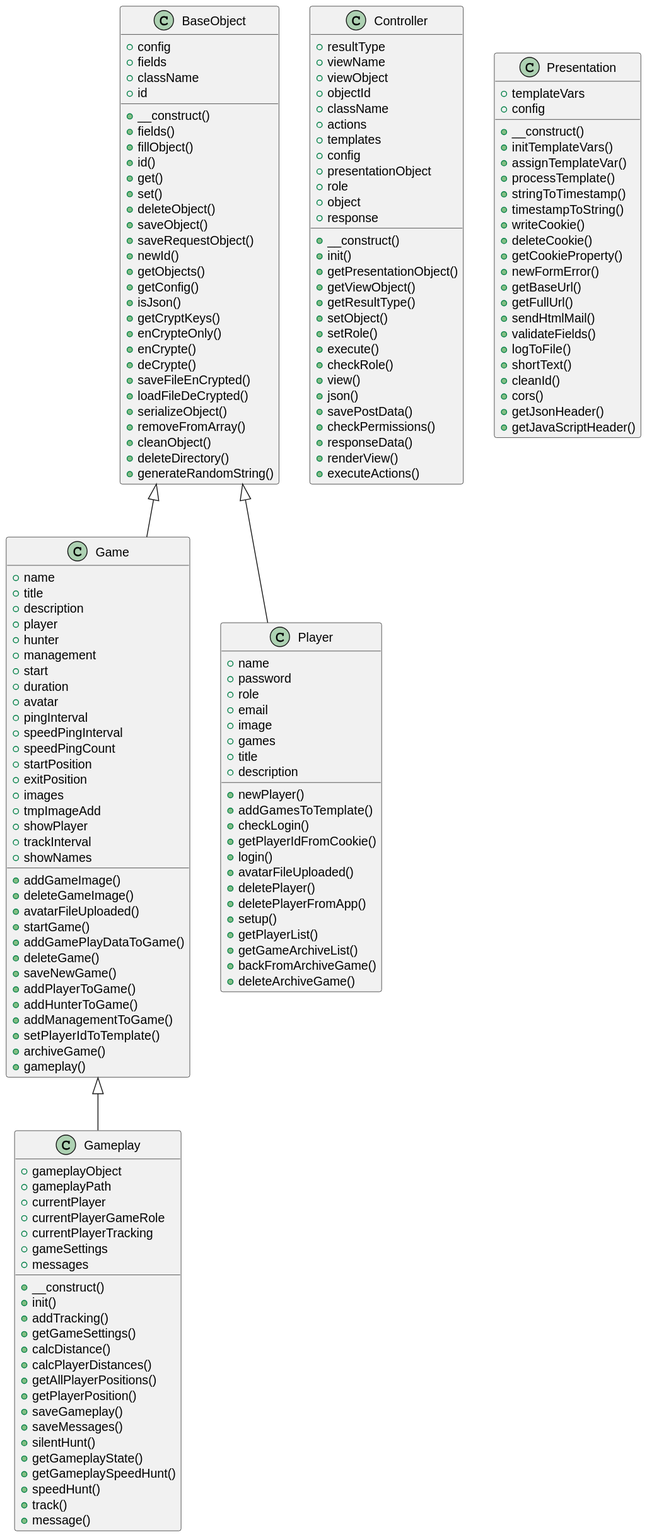
This is includes/docs/php/graphs/classes.svg from septem-sensu/friendshunt, a PlantUML export, as it was before one commit.
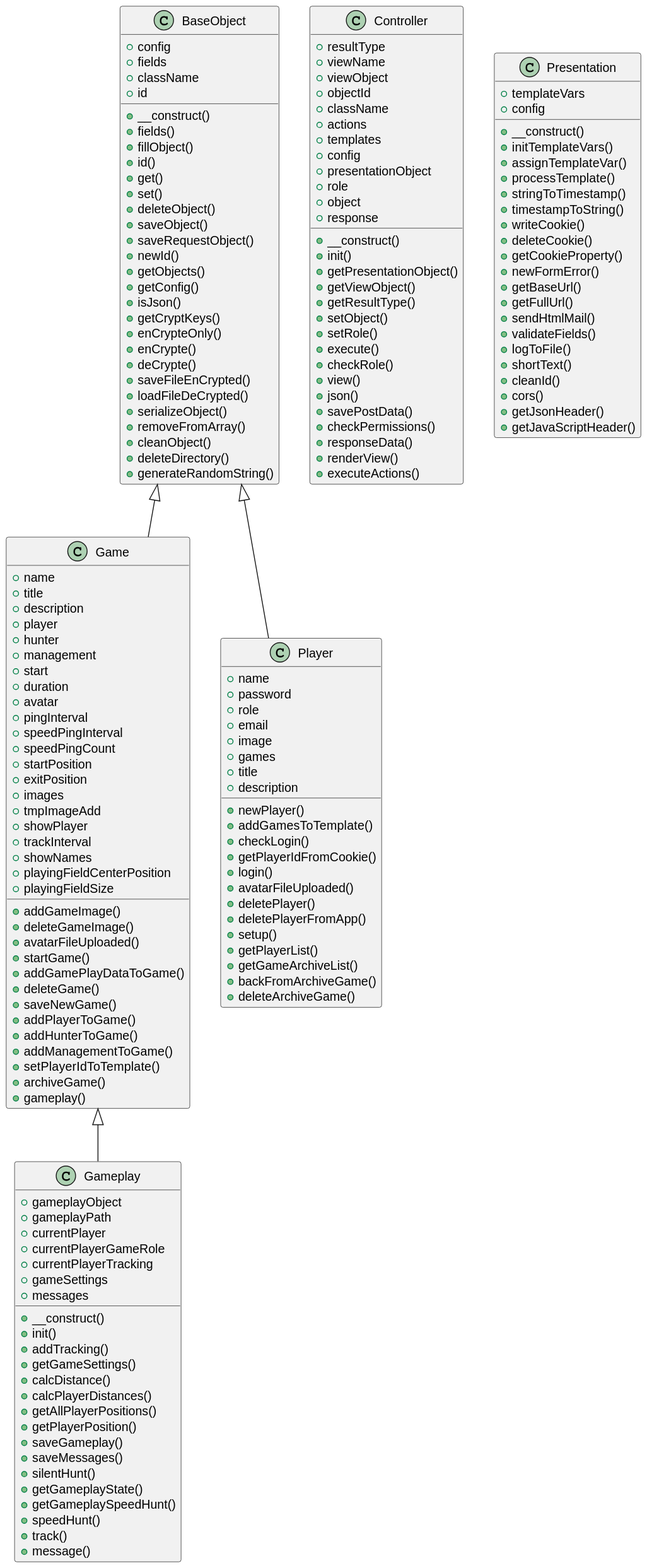
The same diagram one commit later.

Change to the diagram source:
```diff
@@ -81,6 +81,8 @@
   +showPlayer
   +trackInterval
   +showNames
+  +playingFieldCenterPosition
+  +playingFieldSize
   +addGameImage()
   +deleteGameImage()
   +avatarFileUploaded()
```
